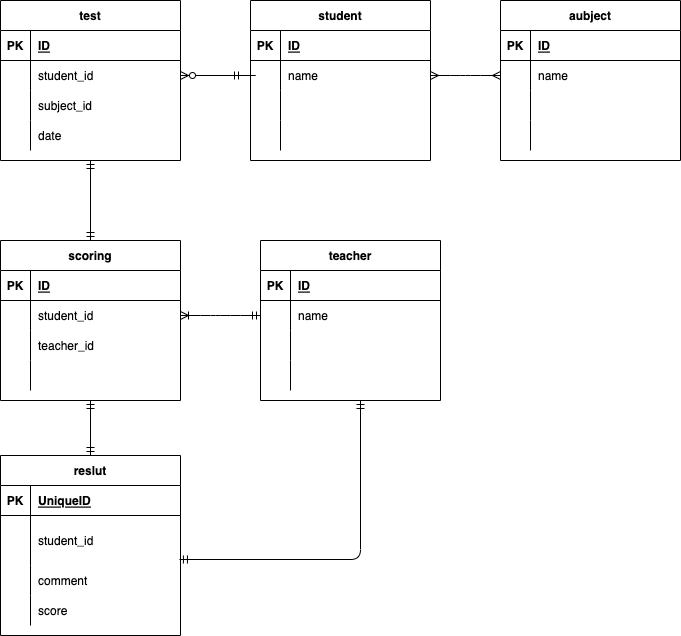
Before: index.drawio.png, a diagram exported from draw.io (momomikajikawa/exercise5). Source tidied: cells renumbered, new cells last; positions are measured from the earlier drawing's top-left corner, leaving out a move shared by most shapes.
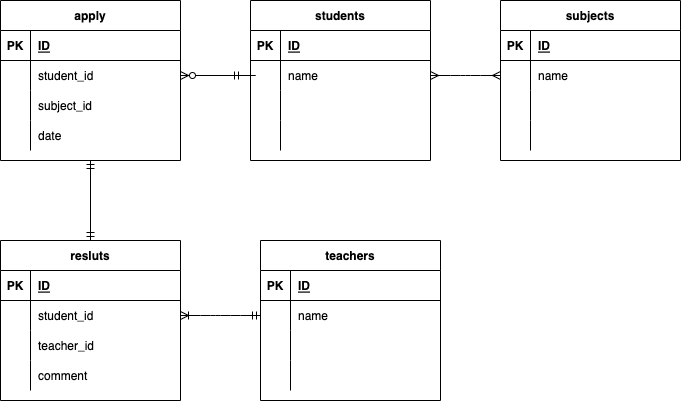
The same diagram one commit later.

What changed in the source:
```diff
@@ -2,7 +2,7 @@
   <root>
     <mxCell id="0" />
     <mxCell id="1" parent="0" />
-    <mxCell id="2" value="student" style="shape=table;startSize=30;rowLines=0;fontStyle=1;align=center;" parent="1" vertex="1">
+    <mxCell id="2" value="students" style="shape=table;startSize=30;rowLines=0;fontStyle=1;align=center;" parent="1" vertex="1">
       <mxGeometry x="250" width="180" height="160" as="geometry" />
     </mxCell>
     <mxCell id="3" style="shape=partialRectangle;fillColor=none;top=0;left=0;bottom=1;right=0;" parent="2" vertex="1">
@@ -41,7 +41,7 @@
     <mxCell id="14" style="shape=partialRectangle;fillColor=none;top=0;left=0;bottom=0;right=0;align=left;spacingLeft=6;overflow=hidden;" parent="12" vertex="1">
       <mxGeometry x="30" width="150" height="30" as="geometry" />
     </mxCell>
-    <mxCell id="15" value="test" style="shape=table;startSize=30;rowLines=0;fontStyle=1;align=center;" parent="1" vertex="1">
+    <mxCell id="15" value="apply" style="shape=table;startSize=30;rowLines=0;fontStyle=1;align=center;" parent="1" vertex="1">
       <mxGeometry width="180" height="160" as="geometry" />
     </mxCell>
     <mxCell id="16" style="shape=partialRectangle;fillColor=none;top=0;left=0;bottom=1;right=0;" parent="15" vertex="1">
@@ -80,7 +80,7 @@
     <mxCell id="27" value="date" style="shape=partialRectangle;fillColor=none;top=0;left=0;bottom=0;right=0;align=left;spacingLeft=6;overflow=hidden;" parent="25" vertex="1">
       <mxGeometry x="30" width="150" height="30" as="geometry" />
     </mxCell>
-    <mxCell id="28" value="aubject" style="shape=table;startSize=30;rowLines=0;fontStyle=1;align=center;" parent="1" vertex="1">
+    <mxCell id="28" value="subjects" style="shape=table;startSize=30;rowLines=0;fontStyle=1;align=center;" parent="1" vertex="1">
       <mxGeometry x="500" width="180" height="160" as="geometry" />
     </mxCell>
     <mxCell id="29" style="shape=partialRectangle;fillColor=none;top=0;left=0;bottom=1;right=0;" parent="28" vertex="1">
@@ -119,7 +119,7 @@
     <mxCell id="40" style="shape=partialRectangle;fillColor=none;top=0;left=0;bottom=0;right=0;align=left;spacingLeft=6;overflow=hidden;" parent="38" vertex="1">
       <mxGeometry x="30" width="150" height="30" as="geometry" />
     </mxCell>
-    <mxCell id="41" value="scoring" style="shape=table;startSize=30;rowLines=0;fontStyle=1;align=center;" parent="1" vertex="1">
+    <mxCell id="41" value="resluts" style="shape=table;startSize=30;rowLines=0;fontStyle=1;align=center;" parent="1" vertex="1">
       <mxGeometry y="240" width="180" height="160" as="geometry" />
     </mxCell>
     <mxCell id="42" style="shape=partialRectangle;fillColor=none;top=0;left=0;bottom=1;right=0;" parent="41" vertex="1">
@@ -155,49 +155,10 @@
     <mxCell id="52" style="shape=partialRectangle;fillColor=none;top=0;left=0;bottom=0;right=0;overflow=hidden;" parent="51" vertex="1">
       <mxGeometry width="30" height="30" as="geometry" />
     </mxCell>
-    <mxCell id="53" style="shape=partialRectangle;fillColor=none;top=0;left=0;bottom=0;right=0;align=left;spacingLeft=6;overflow=hidden;" parent="51" vertex="1">
+    <mxCell id="53" value="comment" style="shape=partialRectangle;fillColor=none;top=0;left=0;bottom=0;right=0;align=left;spacingLeft=6;overflow=hidden;" parent="51" vertex="1">
       <mxGeometry x="30" width="150" height="30" as="geometry" />
     </mxCell>
-    <mxCell id="54" value="reslut" style="shape=table;startSize=30;rowLines=0;fontStyle=1;align=center;" parent="1" vertex="1">
-      <mxGeometry y="455" width="180" height="180" as="geometry" />
-    </mxCell>
-    <mxCell id="55" style="shape=partialRectangle;fillColor=none;top=0;left=0;bottom=1;right=0;" parent="54" vertex="1">
-      <mxGeometry y="30" width="180" height="30" as="geometry" />
-    </mxCell>
-    <mxCell id="56" value="PK" style="shape=partialRectangle;fillColor=none;top=0;left=0;bottom=0;right=0;fontStyle=1;overflow=hidden;" parent="55" vertex="1">
-      <mxGeometry width="30" height="30" as="geometry" />
-    </mxCell>
-    <mxCell id="57" value="UniqueID" style="shape=partialRectangle;fillColor=none;top=0;left=0;bottom=0;right=0;align=left;spacingLeft=6;fontStyle=5;overflow=hidden;" parent="55" vertex="1">
-      <mxGeometry x="30" width="150" height="30" as="geometry" />
-    </mxCell>
-    <mxCell id="58" style="shape=partialRectangle;fillColor=none;top=0;left=0;bottom=0;right=0;points=[[0,0.5],[1,0.5]];portConstraint=eastwest;" parent="54" vertex="1">
-      <mxGeometry y="60" width="180" height="50" as="geometry" />
-    </mxCell>
-    <mxCell id="59" style="shape=partialRectangle;fillColor=none;top=0;left=0;bottom=0;right=0;overflow=hidden;" parent="58" vertex="1">
-      <mxGeometry width="30" height="50" as="geometry" />
-    </mxCell>
-    <mxCell id="60" value="student_id" style="shape=partialRectangle;fillColor=none;top=0;left=0;bottom=0;right=0;align=left;spacingLeft=6;overflow=hidden;" parent="58" vertex="1">
-      <mxGeometry x="30" width="150" height="50" as="geometry" />
-    </mxCell>
-    <mxCell id="61" style="shape=partialRectangle;fillColor=none;top=0;left=0;bottom=0;right=0;" parent="54" vertex="1">
-      <mxGeometry y="110" width="180" height="30" as="geometry" />
-    </mxCell>
-    <mxCell id="62" style="shape=partialRectangle;fillColor=none;top=0;left=0;bottom=0;right=0;overflow=hidden;" parent="61" vertex="1">
-      <mxGeometry width="30" height="30" as="geometry" />
-    </mxCell>
-    <mxCell id="63" value="comment" style="shape=partialRectangle;fillColor=none;top=0;left=0;bottom=0;right=0;align=left;spacingLeft=6;overflow=hidden;" parent="61" vertex="1">
-      <mxGeometry x="30" width="150" height="30" as="geometry" />
-    </mxCell>
-    <mxCell id="64" style="shape=partialRectangle;fillColor=none;top=0;left=0;bottom=0;right=0;" parent="54" vertex="1">
-      <mxGeometry y="140" width="180" height="30" as="geometry" />
-    </mxCell>
-    <mxCell id="65" style="shape=partialRectangle;fillColor=none;top=0;left=0;bottom=0;right=0;overflow=hidden;" parent="64" vertex="1">
-      <mxGeometry width="30" height="30" as="geometry" />
-    </mxCell>
-    <mxCell id="66" value="score" style="shape=partialRectangle;fillColor=none;top=0;left=0;bottom=0;right=0;align=left;spacingLeft=6;overflow=hidden;" parent="64" vertex="1">
-      <mxGeometry x="30" width="150" height="30" as="geometry" />
-    </mxCell>
-    <mxCell id="67" value="teacher" style="shape=table;startSize=30;rowLines=0;fontStyle=1;align=center;" parent="1" vertex="1">
+    <mxCell id="67" value="teachers" style="shape=table;startSize=30;rowLines=0;fontStyle=1;align=center;" parent="1" vertex="1">
       <mxGeometry x="260" y="240" width="180" height="160" as="geometry" />
     </mxCell>
     <mxCell id="68" style="shape=partialRectangle;fillColor=none;top=0;left=0;bottom=1;right=0;" parent="67" vertex="1">
@@ -250,13 +211,5 @@
     <mxCell id="83" style="edgeStyle=entityRelationEdgeStyle;fontSize=12;html=1;endArrow=ERoneToMany;startArrow=ERmandOne;entryX=1;entryY=0.5;entryDx=0;entryDy=0;exitX=0;exitY=0.5;exitDx=0;exitDy=0;" parent="1" edge="1" source="71" target="45">
       <mxGeometry relative="1" as="geometry" />
     </mxCell>
-    <mxCell id="84" style="edgeStyle=orthogonalEdgeStyle;fontSize=12;html=1;endArrow=ERmandOne;startArrow=ERmandOne;exitX=0.994;exitY=0.88;exitDx=0;exitDy=0;exitPerimeter=0;" parent="1" edge="1" source="58">
-      <mxGeometry relative="1" as="geometry">
-        <mxPoint x="360" y="400" as="targetPoint" />
-      </mxGeometry>
-    </mxCell>
-    <mxCell id="85" style="fontSize=12;html=1;endArrow=ERmandOne;startArrow=ERmandOne;entryX=0.5;entryY=1;entryDx=0;entryDy=0;exitX=0.5;exitY=0;exitDx=0;exitDy=0;" parent="1" edge="1" source="54" target="41">
-      <mxGeometry relative="1" as="geometry" />
-    </mxCell>
   </root>
 </mxGraphModel>
```
